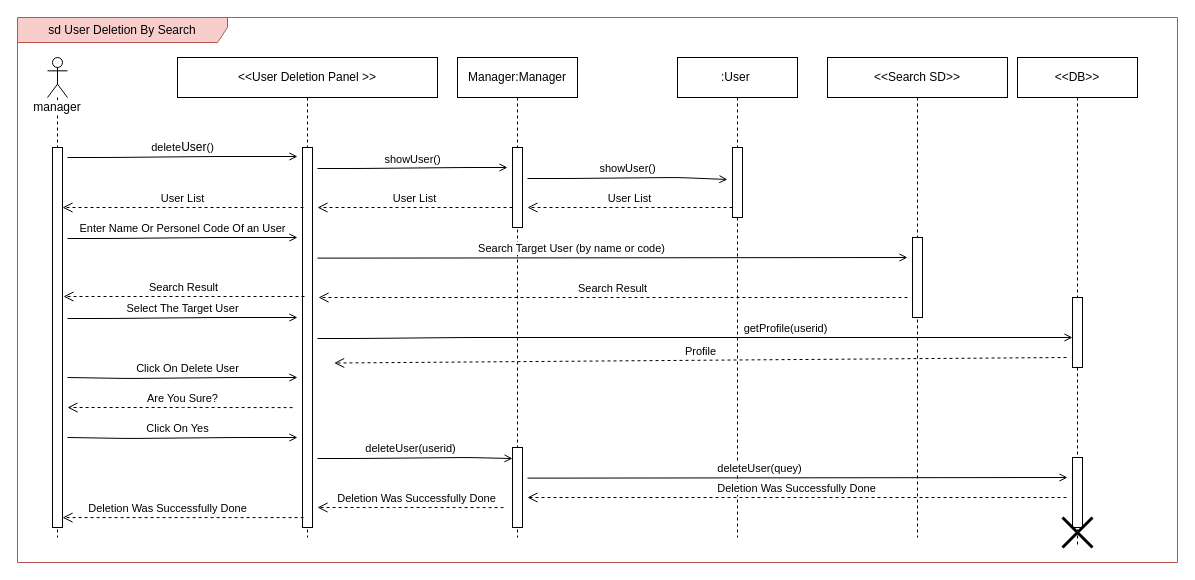
Before: page "UserDeletion-SD" (17 of 20) of SequenceDiagram/Middleware_CarBaMaSequenceDiagram.drawio in MelvinMo/CarBaMa_Automotive-Sale-Application, a draw.io diagram. Source tidied: cells renumbered, new cells numbered last; positions are measured from the earlier drawing's top-left corner, leaving out a move shared by most shapes. Both pictures are drawn from the tidied source at 100%, with x=0, y=0 at pixel (17, 17).
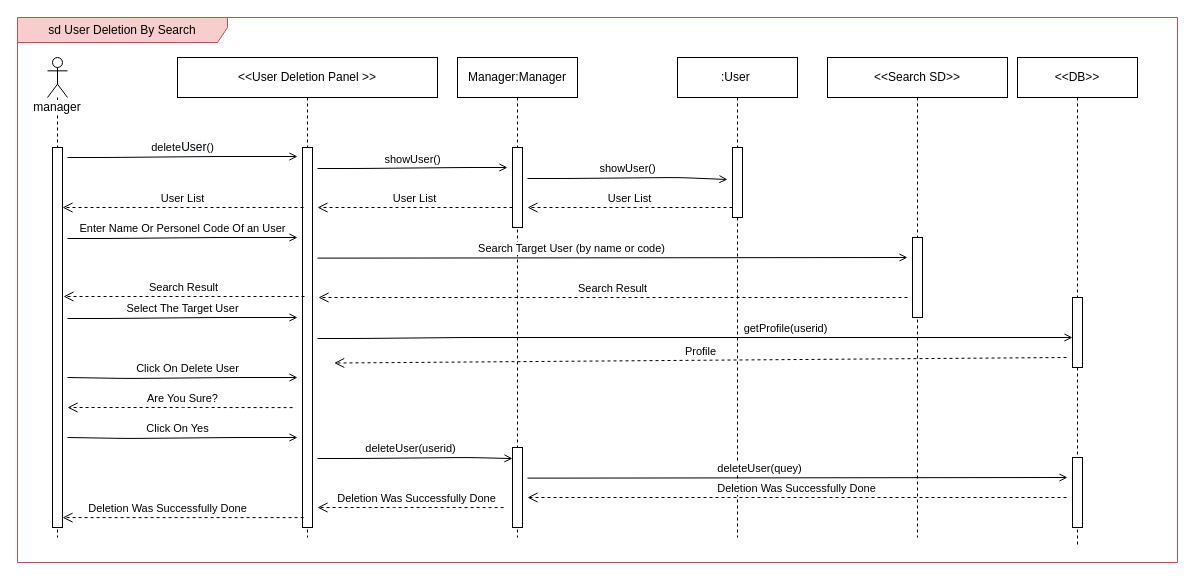
The same page after the edit.

The change refers to these unchanged cells:
```xml
<mxCell id="24" value="&amp;lt;&amp;lt;DB&amp;gt;&amp;gt;" style="shape=umlLifeline;perimeter=lifelinePerimeter;whiteSpace=wrap;html=1;" parent="1" vertex="1">
  <mxGeometry x="1000" y="40" width="120" height="490" as="geometry" />
</mxCell>
```

Change to the diagram source:
```diff
@@
-    <mxCell id="27" style="shape=umlDestroy;whiteSpace=wrap;html=1;strokeWidth=3;" parent="24" vertex="1">
-      <mxGeometry x="45" y="460" width="30" height="30" as="geometry" />
-    </mxCell>
```
